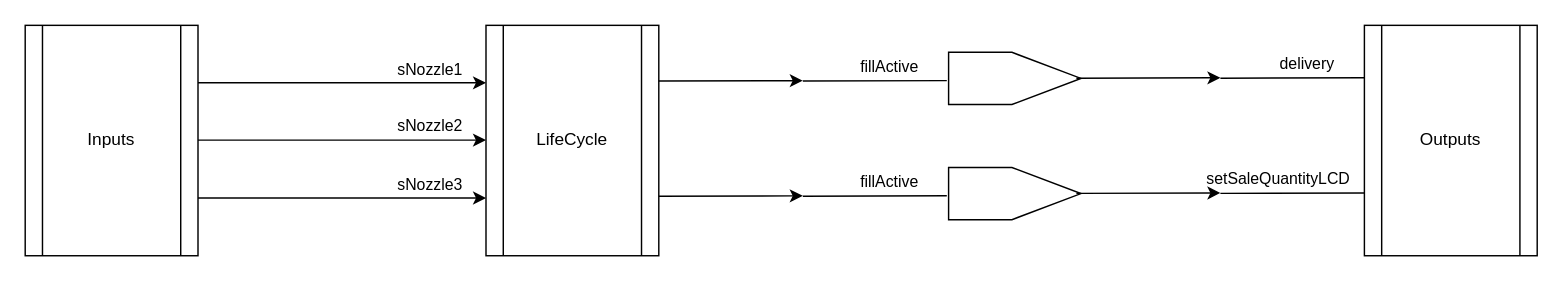
Before: LifeCyclePump.drawio in suzuki-taro-29/FRP-chap4-diagrams, a draw.io diagram. Source tidied: cells renumbered, new cells numbered last; positions are measured from the earlier drawing's top-left corner, leaving out a move shared by most shapes. Both pictures are drawn from the tidied source at 144%, with x=0, y=0 at pixel (24, 12).
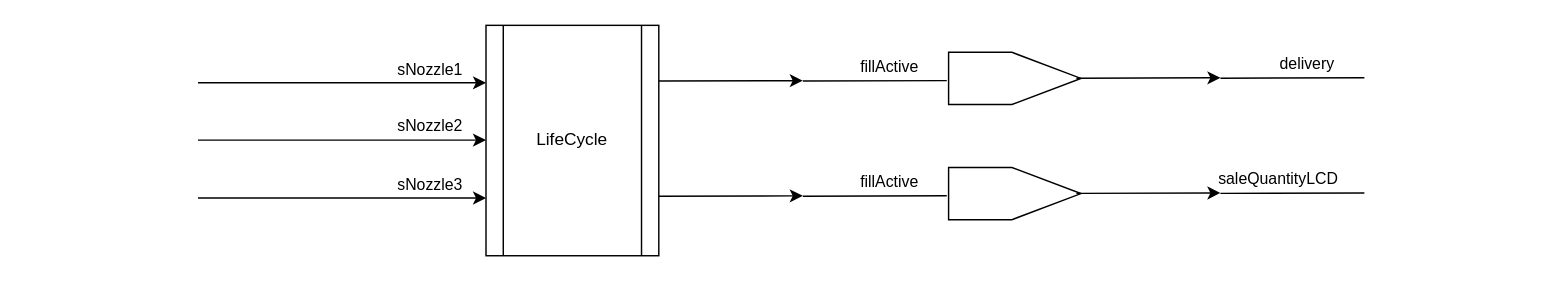
After the change.

The change refers to these unchanged cells:
```xml
<mxCell id="22" style="endArrow=none;html=1;endFill=0;" parent="1" edge="1">
  <mxGeometry relative="1" as="geometry">
    <mxPoint x="830" y="125.8" as="sourcePoint" />
    <mxPoint x="930" y="125.5" as="targetPoint" />
  </mxGeometry>
</mxCell>
```

The edit, as a diff of the source:
```diff
@@
-    <mxCell id="2" value="Inputs" style="shape=process;whiteSpace=wrap;html=1;backgroundOutline=1;" parent="1" vertex="1">
-      <mxGeometry y="9.1" width="120" height="160" as="geometry" />
-    </mxCell>
@@
-    <mxCell id="18" value="Outputs" style="shape=process;whiteSpace=wrap;html=1;backgroundOutline=1;" parent="1" vertex="1">
-      <mxGeometry x="930" y="9.1" width="120" height="160" as="geometry" />
-    </mxCell>
@@
-    <mxCell id="23" value="setSaleQuantityLCD" style="edgeLabel;html=1;align=center;verticalAlign=middle;" parent="22" vertex="1">
+    <mxCell id="23" value="saleQuantityLCD" style="edgeLabel;html=1;align=center;verticalAlign=middle;" parent="22" vertex="1">
       <mxGeometry x="0.6" relative="1" as="geometry">
         <mxPoint x="-40" y="-10" as="offset" />
       </mxGeometry>
     </mxCell>
```
